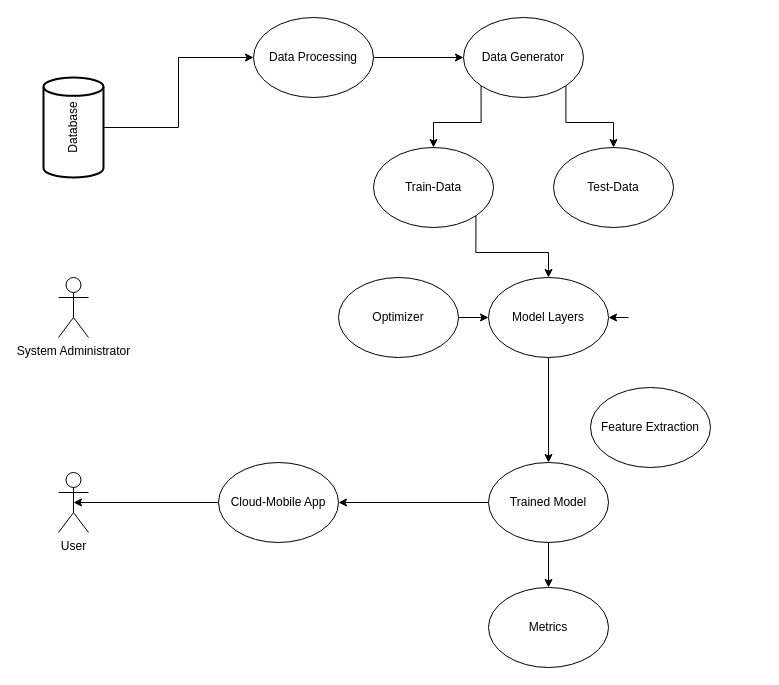
Before: Use_Case_diagram.drawio in chrispaul07/FinalProject, a draw.io diagram. Source tidied: cells renumbered, new cells numbered last; positions are measured from the earlier drawing's top-left corner, leaving out a move shared by most shapes. Both pictures are drawn from the tidied source at 100%, with x=0, y=0 at pixel (23, 17).
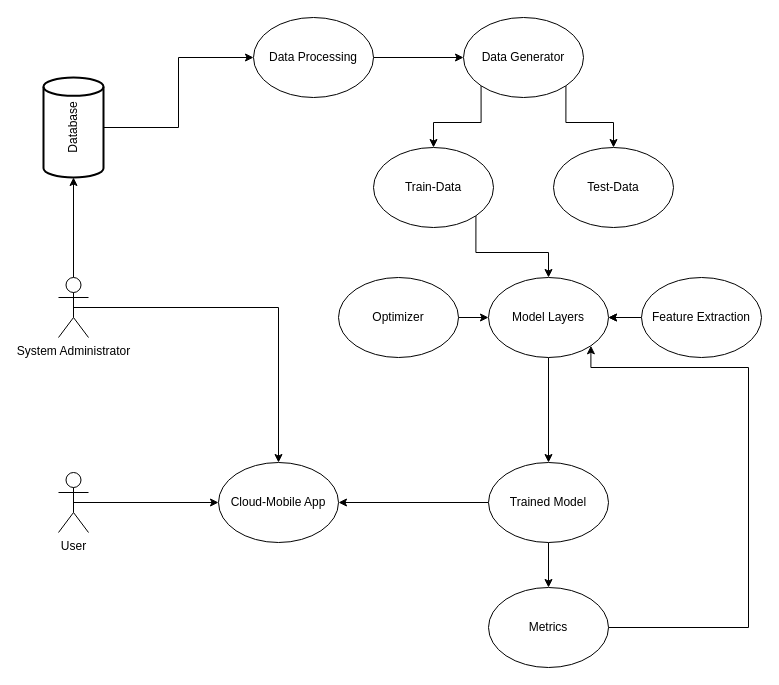
Above is the later version.

Unchanged cells that the change refers to:
```xml
<mxCell id="2" value="User" style="shape=umlActor;verticalLabelPosition=bottom;verticalAlign=top;html=1;outlineConnect=0;" parent="1" vertex="1">
  <mxGeometry x="35" y="455" width="30" height="60" as="geometry" />
</mxCell>
<mxCell id="3" value="System Administrator" style="shape=umlActor;verticalLabelPosition=bottom;verticalAlign=top;html=1;outlineConnect=0;" parent="1" vertex="1">
  <mxGeometry x="35" y="260" width="30" height="60" as="geometry" />
</mxCell>
<mxCell id="5" value="Database" style="strokeWidth=2;html=1;shape=mxgraph.flowchart.direct_data;whiteSpace=wrap;rotation=-90;" parent="1" vertex="1">
  <mxGeometry y="80" width="100" height="60" as="geometry" />
</mxCell>
<mxCell id="17" value="Model Layers" style="ellipse;whiteSpace=wrap;html=1;" parent="1" vertex="1">
  <mxGeometry x="465" y="260" width="120" height="80" as="geometry" />
</mxCell>
<mxCell id="23" value="Metrics" style="ellipse;whiteSpace=wrap;html=1;" parent="1" vertex="1">
  <mxGeometry x="465" y="570" width="120" height="80" as="geometry" />
</mxCell>
<mxCell id="25" value="Cloud-Mobile App" style="ellipse;whiteSpace=wrap;html=1;" parent="1" vertex="1">
  <mxGeometry x="195" y="445" width="120" height="80" as="geometry" />
</mxCell>
```

What changed in the source:
```diff
@@
+    <mxCell id="26" style="edgeStyle=orthogonalEdgeStyle;rounded=0;jettySize=auto;html=1;exitX=0.5;exitY=0.5;exitDx=0;exitDy=0;exitPerimeter=0;" parent="1" edge="1" source="2" target="25">
+      <mxGeometry relative="1" as="geometry" />
+    </mxCell>
@@
+    <mxCell id="27" style="edgeStyle=orthogonalEdgeStyle;rounded=0;jettySize=auto;html=1;exitX=0.5;exitY=0.5;exitDx=0;exitDy=0;exitPerimeter=0;entryX=0.5;entryY=0;entryDx=0;entryDy=0;" parent="1" edge="1" source="3" target="25">
+      <mxGeometry relative="1" as="geometry" />
+    </mxCell>
+    <mxCell id="28" style="edgeStyle=orthogonalEdgeStyle;rounded=0;jettySize=auto;html=1;exitX=0.5;exitY=0;exitDx=0;exitDy=0;exitPerimeter=0;entryX=0;entryY=0.5;entryDx=0;entryDy=0;entryPerimeter=0;" parent="1" edge="1" source="3" target="5">
+      <mxGeometry relative="1" as="geometry" />
+    </mxCell>
@@
+    <mxCell id="29" style="edgeStyle=orthogonalEdgeStyle;rounded=0;jettySize=auto;html=1;" parent="1" edge="1" source="19" target="17">
+      <mxGeometry relative="1" as="geometry" />
+    </mxCell>
     <mxCell id="19" value="Feature Extraction" style="ellipse;whiteSpace=wrap;html=1;" parent="1" vertex="1">
-      <mxGeometry x="567" y="370" width="120" height="80" as="geometry" />
+      <mxGeometry x="618" y="260" width="120" height="80" as="geometry" />
     </mxCell>
@@
+    <mxCell id="30" style="edgeStyle=orthogonalEdgeStyle;rounded=0;jettySize=auto;html=1;exitX=1;exitY=0.5;exitDx=0;exitDy=0;entryX=1;entryY=1;entryDx=0;entryDy=0;" parent="1" edge="1" source="23" target="17">
+      <mxGeometry relative="1" as="geometry">
+        <Array as="points">
+          <mxPoint x="725" y="610" />
+          <mxPoint x="725" y="350" />
+          <mxPoint x="567" y="350" />
+        </Array>
+      </mxGeometry>
+    </mxCell>
@@
-    <mxCell id="24" style="edgeStyle=orthogonalEdgeStyle;rounded=0;jettySize=auto;html=1;exitX=0;exitY=0.5;exitDx=0;exitDy=0;entryX=0.5;entryY=0.5;entryDx=0;entryDy=0;entryPerimeter=0;" parent="1" edge="1" source="25" target="2">
-      <mxGeometry relative="1" as="geometry" />
-    </mxCell>
```
